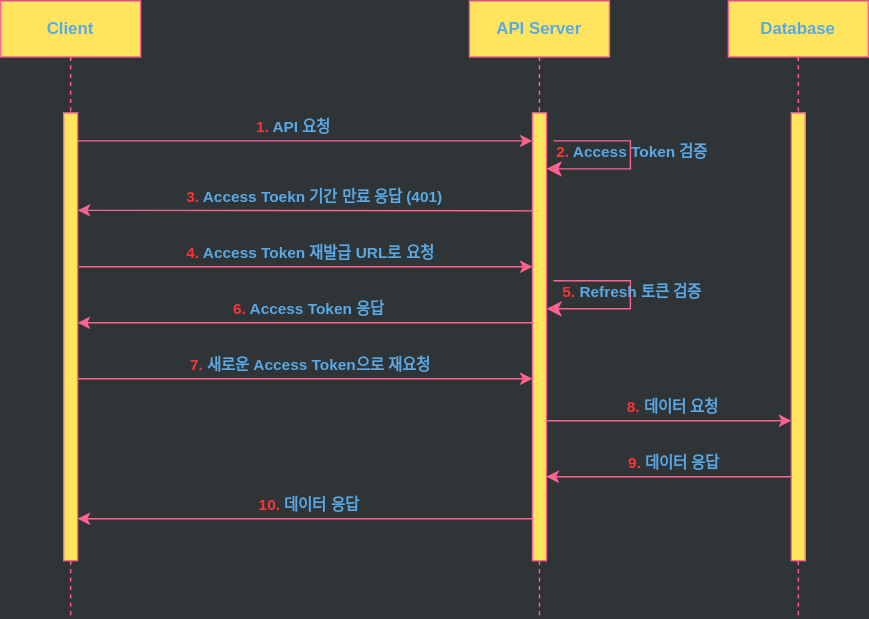
Before: public/images/01.06/FlowChart.svg, a diagram exported from draw.io (Jeong-Je/my-dev-blog). Source tidied: cells renumbered, new cells last; positions are measured from the earlier drawing's top-left corner, leaving out a move shared by most shapes.
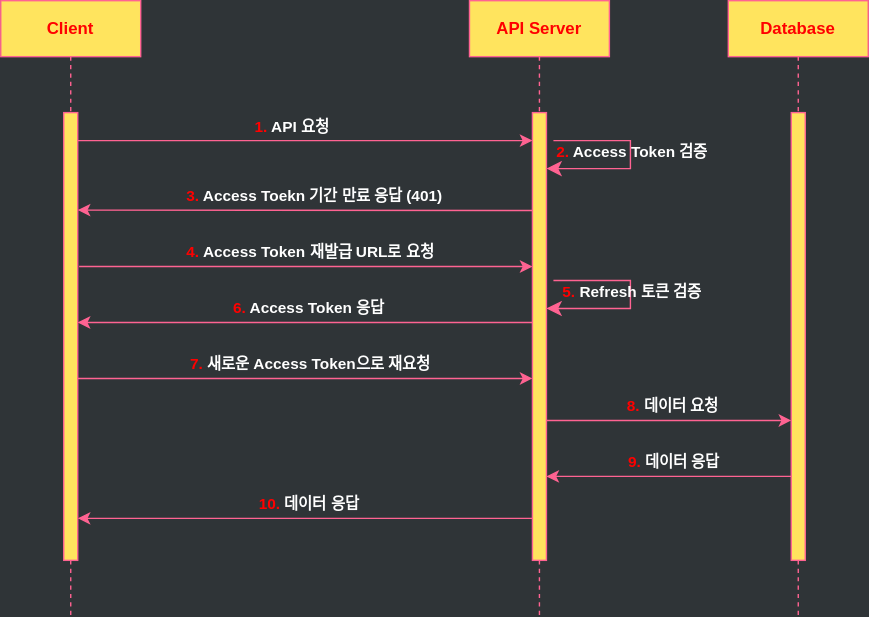
After the change.

Commit message:
FlowChart 이미지 색 조정

Diff of the diagram source:
```diff
@@ -2,13 +2,13 @@
   <root>
     <mxCell id="0" />
     <mxCell id="1" parent="0" />
-    <mxCell id="2" value="&lt;b&gt;API Server&lt;/b&gt;" style="shape=umlLifeline;perimeter=lifelinePerimeter;whiteSpace=wrap;html=1;newEdgeStyle={&quot;edgeStyle&quot;:&quot;elbowEdgeStyle&quot;,&quot;elbow&quot;:&quot;vertical&quot;,&quot;curved&quot;:0,&quot;rounded&quot;:0};labelBackgroundColor=none;rounded=0;fillColor=#FFE45E;fontColor=#5AA9E6;strokeColor=#FF6392;" parent="1" vertex="1">
+    <mxCell id="2" value="&lt;b&gt;&lt;font color=&quot;#ff0000&quot;&gt;API Server&lt;/font&gt;&lt;/b&gt;" style="shape=umlLifeline;perimeter=lifelinePerimeter;whiteSpace=wrap;html=1;newEdgeStyle={&quot;edgeStyle&quot;:&quot;elbowEdgeStyle&quot;,&quot;elbow&quot;:&quot;vertical&quot;,&quot;curved&quot;:0,&quot;rounded&quot;:0};labelBackgroundColor=none;rounded=0;fillColor=#FFE45E;fontColor=#FFFFFF;strokeColor=#FF6392;" parent="1" vertex="1">
       <mxGeometry x="335" width="100" height="440" as="geometry" />
     </mxCell>
-    <mxCell id="3" style="html=1;points=[];perimeter=orthogonalPerimeter;outlineConnect=0;targetShapes=umlLifeline;portConstraint=eastwest;newEdgeStyle={&quot;edgeStyle&quot;:&quot;elbowEdgeStyle&quot;,&quot;elbow&quot;:&quot;vertical&quot;,&quot;curved&quot;:0,&quot;rounded&quot;:0};labelBackgroundColor=none;rounded=0;fillColor=#FFE45E;strokeColor=#FF6392;fontColor=#5AA9E6;" parent="2" vertex="1">
+    <mxCell id="3" style="html=1;points=[];perimeter=orthogonalPerimeter;outlineConnect=0;targetShapes=umlLifeline;portConstraint=eastwest;newEdgeStyle={&quot;edgeStyle&quot;:&quot;elbowEdgeStyle&quot;,&quot;elbow&quot;:&quot;vertical&quot;,&quot;curved&quot;:0,&quot;rounded&quot;:0};labelBackgroundColor=none;rounded=0;fillColor=#FFE45E;strokeColor=#FF6392;fontColor=#FFFFFF;" parent="2" vertex="1">
       <mxGeometry x="45" y="80" width="10" height="320" as="geometry" />
     </mxCell>
-    <mxCell id="4" style="edgeStyle=segmentEdgeStyle;endArrow=classic;html=1;curved=0;rounded=0;endSize=8;startSize=8;sourcePerimeterSpacing=0;targetPerimeterSpacing=0;labelBackgroundColor=none;fontColor=default;strokeColor=#FF6392;" parent="2" edge="1">
+    <mxCell id="4" style="edgeStyle=segmentEdgeStyle;endArrow=classic;html=1;curved=0;rounded=0;endSize=8;startSize=8;sourcePerimeterSpacing=0;targetPerimeterSpacing=0;labelBackgroundColor=none;fontColor=#FFFFFF;strokeColor=#FF6392;" parent="2" edge="1">
       <mxGeometry relative="1" as="geometry">
         <mxPoint x="60" y="100" as="sourcePoint" />
         <mxPoint x="55" y="120" as="targetPoint" />
@@ -18,55 +18,55 @@
         </Array>
       </mxGeometry>
     </mxCell>
-    <mxCell id="5" value="&lt;b&gt;&lt;font color=&quot;#ff3333&quot;&gt;&lt;font&gt;2.&lt;/font&gt; &lt;/font&gt;Access Token 검증&lt;/b&gt;" style="edgeLabel;html=1;align=center;verticalAlign=middle;labelBackgroundColor=none;rounded=0;fontColor=#5AA9E6;" parent="4" vertex="1">
+    <mxCell id="5" value="&lt;b&gt;&lt;font color=&quot;#ff0000&quot;&gt;&lt;font&gt;2.&lt;/font&gt; &lt;/font&gt;Access Token 검증&lt;/b&gt;" style="edgeLabel;html=1;align=center;verticalAlign=middle;labelBackgroundColor=none;rounded=0;fontColor=#FFFFFF;" parent="4" vertex="1">
       <mxGeometry x="-0.07" y="1" relative="1" as="geometry" />
     </mxCell>
-    <mxCell id="6" value="&lt;b&gt;Database&lt;/b&gt;" style="shape=umlLifeline;perimeter=lifelinePerimeter;whiteSpace=wrap;html=1;newEdgeStyle={&quot;edgeStyle&quot;:&quot;elbowEdgeStyle&quot;,&quot;elbow&quot;:&quot;vertical&quot;,&quot;curved&quot;:0,&quot;rounded&quot;:0};labelBackgroundColor=none;rounded=0;fillColor=#FFE45E;fontColor=#5AA9E6;strokeColor=#FF6392;" parent="1" vertex="1">
+    <mxCell id="6" value="&lt;b&gt;&lt;font color=&quot;#ff0000&quot;&gt;Database&lt;/font&gt;&lt;/b&gt;" style="shape=umlLifeline;perimeter=lifelinePerimeter;whiteSpace=wrap;html=1;newEdgeStyle={&quot;edgeStyle&quot;:&quot;elbowEdgeStyle&quot;,&quot;elbow&quot;:&quot;vertical&quot;,&quot;curved&quot;:0,&quot;rounded&quot;:0};labelBackgroundColor=none;rounded=0;fillColor=#FFE45E;fontColor=#FFFFFF;strokeColor=#FF6392;" parent="1" vertex="1">
       <mxGeometry x="520" width="100" height="440" as="geometry" />
     </mxCell>
-    <mxCell id="7" style="html=1;points=[];perimeter=orthogonalPerimeter;outlineConnect=0;targetShapes=umlLifeline;portConstraint=eastwest;newEdgeStyle={&quot;edgeStyle&quot;:&quot;elbowEdgeStyle&quot;,&quot;elbow&quot;:&quot;vertical&quot;,&quot;curved&quot;:0,&quot;rounded&quot;:0};labelBackgroundColor=none;rounded=0;fillColor=#FFE45E;strokeColor=#FF6392;fontColor=#5AA9E6;" parent="6" vertex="1">
+    <mxCell id="7" style="html=1;points=[];perimeter=orthogonalPerimeter;outlineConnect=0;targetShapes=umlLifeline;portConstraint=eastwest;newEdgeStyle={&quot;edgeStyle&quot;:&quot;elbowEdgeStyle&quot;,&quot;elbow&quot;:&quot;vertical&quot;,&quot;curved&quot;:0,&quot;rounded&quot;:0};labelBackgroundColor=none;rounded=0;fillColor=#FFE45E;strokeColor=#FF6392;fontColor=#FFFFFF;" parent="6" vertex="1">
       <mxGeometry x="45" y="80" width="10" height="320" as="geometry" />
     </mxCell>
-    <mxCell id="8" value="&lt;b&gt;Client&lt;/b&gt;" style="shape=umlLifeline;perimeter=lifelinePerimeter;whiteSpace=wrap;html=1;newEdgeStyle={&quot;edgeStyle&quot;:&quot;elbowEdgeStyle&quot;,&quot;elbow&quot;:&quot;vertical&quot;,&quot;curved&quot;:0,&quot;rounded&quot;:0};labelBackgroundColor=none;rounded=0;fillColor=#FFE45E;fontColor=#5AA9E6;strokeColor=#FF6392;" parent="1" vertex="1">
+    <mxCell id="8" value="&lt;b&gt;&lt;font color=&quot;#ff0000&quot;&gt;Client&lt;/font&gt;&lt;/b&gt;" style="shape=umlLifeline;perimeter=lifelinePerimeter;whiteSpace=wrap;html=1;newEdgeStyle={&quot;edgeStyle&quot;:&quot;elbowEdgeStyle&quot;,&quot;elbow&quot;:&quot;vertical&quot;,&quot;curved&quot;:0,&quot;rounded&quot;:0};labelBackgroundColor=none;rounded=0;fillColor=#FFE45E;fontColor=#5AA9E6;strokeColor=#FF6392;" parent="1" vertex="1">
       <mxGeometry width="100" height="440" as="geometry" />
     </mxCell>
-    <mxCell id="9" style="html=1;points=[];perimeter=orthogonalPerimeter;outlineConnect=0;targetShapes=umlLifeline;portConstraint=eastwest;newEdgeStyle={&quot;edgeStyle&quot;:&quot;elbowEdgeStyle&quot;,&quot;elbow&quot;:&quot;vertical&quot;,&quot;curved&quot;:0,&quot;rounded&quot;:0};labelBackgroundColor=none;rounded=0;fillColor=#FFE45E;strokeColor=#FF6392;fontColor=#5AA9E6;" parent="8" vertex="1">
+    <mxCell id="9" style="html=1;points=[];perimeter=orthogonalPerimeter;outlineConnect=0;targetShapes=umlLifeline;portConstraint=eastwest;newEdgeStyle={&quot;edgeStyle&quot;:&quot;elbowEdgeStyle&quot;,&quot;elbow&quot;:&quot;vertical&quot;,&quot;curved&quot;:0,&quot;rounded&quot;:0};labelBackgroundColor=none;rounded=0;fillColor=#FFE45E;strokeColor=#FF6392;fontColor=#FFFFFF;" parent="8" vertex="1">
       <mxGeometry x="45" y="80" width="10" height="320" as="geometry" />
     </mxCell>
-    <mxCell id="10" style="endArrow=classic;html=1;rounded=0;labelBackgroundColor=none;fontColor=default;strokeColor=#FF6392;" parent="1" edge="1" source="9" target="3">
+    <mxCell id="10" style="endArrow=classic;html=1;rounded=0;labelBackgroundColor=none;fontColor=#FFFFFF;strokeColor=#FF6392;" parent="1" edge="1" source="9" target="3">
       <mxGeometry relative="1" as="geometry">
         <Array as="points">
           <mxPoint x="150" y="100" />
         </Array>
       </mxGeometry>
     </mxCell>
-    <mxCell id="11" value="&lt;b&gt;&lt;font color=&quot;#ff3333&quot;&gt;1.&lt;/font&gt; API 요청&lt;/b&gt;" style="edgeLabel;html=1;align=center;verticalAlign=middle;labelBackgroundColor=none;rounded=0;fontColor=#5AA9E6;" parent="10" vertex="1">
+    <mxCell id="11" value="&lt;b&gt;&lt;font color=&quot;#ff0000&quot;&gt;1.&lt;/font&gt; API 요청&lt;/b&gt;" style="edgeLabel;html=1;align=center;verticalAlign=middle;labelBackgroundColor=none;rounded=0;fontColor=#FFFFFF;" parent="10" vertex="1">
       <mxGeometry x="-0.27" y="1" relative="1" as="geometry">
         <mxPoint x="34" y="-9" as="offset" />
       </mxGeometry>
     </mxCell>
-    <mxCell id="12" style="endArrow=classic;html=1;rounded=0;labelBackgroundColor=none;fontColor=default;strokeColor=#FF6392;" parent="1" edge="1">
+    <mxCell id="12" style="endArrow=classic;html=1;rounded=0;labelBackgroundColor=none;fontColor=#FFFFFF;strokeColor=#FF6392;" parent="1" edge="1">
       <mxGeometry relative="1" as="geometry">
         <mxPoint x="380" y="150" as="sourcePoint" />
         <mxPoint x="55" y="149.7" as="targetPoint" />
       </mxGeometry>
     </mxCell>
-    <mxCell id="13" value="&lt;b&gt;&lt;font color=&quot;#ff3333&quot;&gt;3.&lt;/font&gt; Access Toekn 기간 만료 응답 (401)&lt;/b&gt;" style="edgeLabel;html=1;align=center;verticalAlign=middle;labelBackgroundColor=none;rounded=0;fontColor=#5AA9E6;" parent="12" vertex="1">
+    <mxCell id="13" value="&lt;b&gt;&lt;font color=&quot;#ff0000&quot;&gt;3.&lt;/font&gt; Access Toekn 기간 만료 응답 (401)&lt;/b&gt;" style="edgeLabel;html=1;align=center;verticalAlign=middle;labelBackgroundColor=none;rounded=0;fontColor=#FFFFFF;" parent="12" vertex="1">
       <mxGeometry x="0.31" y="-2" relative="1" as="geometry">
         <mxPoint x="56" y="-8" as="offset" />
       </mxGeometry>
     </mxCell>
-    <mxCell id="14" style="endArrow=classic;html=1;rounded=0;labelBackgroundColor=none;fontColor=default;strokeColor=#FF6392;" parent="1" edge="1" target="3">
+    <mxCell id="14" style="endArrow=classic;html=1;rounded=0;labelBackgroundColor=none;fontColor=#FFFFFF;strokeColor=#FF6392;" parent="1" edge="1" target="3">
       <mxGeometry relative="1" as="geometry">
         <mxPoint x="56" y="190" as="sourcePoint" />
       </mxGeometry>
     </mxCell>
-    <mxCell id="15" value="&lt;b&gt;&lt;font color=&quot;#ff3333&quot;&gt;4.&lt;/font&gt; Access Token 재발급 URL로 요청&lt;/b&gt;" style="edgeLabel;html=1;align=center;verticalAlign=middle;labelBackgroundColor=none;rounded=0;fontColor=#5AA9E6;" parent="14" vertex="1">
+    <mxCell id="15" value="&lt;b&gt;&lt;font color=&quot;#ff0000&quot;&gt;&lt;font&gt;4.&lt;/font&gt; &lt;/font&gt;Access Token 재발급 URL로 요청&lt;/b&gt;" style="edgeLabel;html=1;align=center;verticalAlign=middle;labelBackgroundColor=none;rounded=0;fontColor=#FFFFFF;" parent="14" vertex="1">
       <mxGeometry x="-0.36" y="3" relative="1" as="geometry">
         <mxPoint x="61" y="-7" as="offset" />
       </mxGeometry>
     </mxCell>
-    <mxCell id="16" style="edgeStyle=segmentEdgeStyle;endArrow=classic;html=1;curved=0;rounded=0;endSize=8;startSize=8;sourcePerimeterSpacing=0;targetPerimeterSpacing=0;labelBackgroundColor=none;fontColor=default;strokeColor=#FF6392;" parent="1" edge="1">
+    <mxCell id="16" style="edgeStyle=segmentEdgeStyle;endArrow=classic;html=1;curved=0;rounded=0;endSize=8;startSize=8;sourcePerimeterSpacing=0;targetPerimeterSpacing=0;labelBackgroundColor=none;fontColor=#FFFFFF;strokeColor=#FF6392;" parent="1" edge="1">
       <mxGeometry relative="1" as="geometry">
         <mxPoint x="395" y="200" as="sourcePoint" />
         <mxPoint x="390" y="220" as="targetPoint" />
@@ -76,41 +76,41 @@
         </Array>
       </mxGeometry>
     </mxCell>
-    <mxCell id="17" value="&lt;b&gt;&lt;font color=&quot;#ff3333&quot;&gt;5. &lt;/font&gt;&lt;font&gt;Refresh 토큰 검증&lt;/font&gt;&lt;/b&gt;" style="edgeLabel;html=1;align=center;verticalAlign=middle;labelBackgroundColor=none;rounded=0;fontColor=#5AA9E6;" parent="16" vertex="1">
+    <mxCell id="17" value="&lt;b&gt;&lt;font&gt;&lt;font color=&quot;#ff0000&quot;&gt;5.&lt;/font&gt; &lt;/font&gt;&lt;font&gt;Refresh 토큰 검증&lt;/font&gt;&lt;/b&gt;" style="edgeLabel;html=1;align=center;verticalAlign=middle;labelBackgroundColor=none;rounded=0;fontColor=#FFFFFF;" parent="16" vertex="1">
       <mxGeometry x="-0.07" y="1" relative="1" as="geometry" />
     </mxCell>
-    <mxCell id="18" style="endArrow=classic;html=1;rounded=0;labelBackgroundColor=none;fontColor=default;strokeColor=#FF6392;" parent="1" edge="1" target="9">
+    <mxCell id="18" style="endArrow=classic;html=1;rounded=0;labelBackgroundColor=none;fontColor=#FFFFFF;strokeColor=#FF6392;" parent="1" edge="1" target="9">
       <mxGeometry relative="1" as="geometry">
         <mxPoint x="380" y="230" as="sourcePoint" />
       </mxGeometry>
     </mxCell>
-    <mxCell id="19" value="&lt;b&gt;&lt;font color=&quot;#ff3333&quot;&gt;6.&lt;/font&gt; Access Token 응답&lt;/b&gt;" style="edgeLabel;html=1;align=center;verticalAlign=middle;labelBackgroundColor=none;rounded=0;fontColor=#5AA9E6;" parent="18" vertex="1">
+    <mxCell id="19" value="&lt;b&gt;&lt;font color=&quot;#ff0000&quot;&gt;&lt;font&gt;6.&lt;/font&gt; &lt;/font&gt;Access Token 응답&lt;/b&gt;" style="edgeLabel;html=1;align=center;verticalAlign=middle;labelBackgroundColor=none;rounded=0;fontColor=#FFFFFF;" parent="18" vertex="1">
       <mxGeometry x="0.31" y="-2" relative="1" as="geometry">
         <mxPoint x="52" y="-8" as="offset" />
       </mxGeometry>
     </mxCell>
-    <mxCell id="20" style="endArrow=classic;html=1;rounded=0;labelBackgroundColor=none;fontColor=default;strokeColor=#FF6392;" parent="1" edge="1">
+    <mxCell id="20" style="endArrow=classic;html=1;rounded=0;labelBackgroundColor=none;fontColor=#FFFFFF;strokeColor=#FF6392;" parent="1" edge="1">
       <mxGeometry relative="1" as="geometry">
         <mxPoint x="55" y="270" as="sourcePoint" />
         <mxPoint x="380" y="270" as="targetPoint" />
       </mxGeometry>
     </mxCell>
-    <mxCell id="21" value="&lt;b&gt;&lt;font color=&quot;#ff3333&quot;&gt;7.&lt;/font&gt; 새로운 Access Token으로 재요청&lt;/b&gt;" style="edgeLabel;html=1;align=center;verticalAlign=middle;labelBackgroundColor=none;rounded=0;fontColor=#5AA9E6;" parent="20" vertex="1">
+    <mxCell id="21" value="&lt;b&gt;&lt;font color=&quot;#ff0000&quot;&gt;&lt;font&gt;7.&lt;/font&gt; &lt;/font&gt;새로운 Access Token으로 재요청&lt;/b&gt;" style="edgeLabel;html=1;align=center;verticalAlign=middle;labelBackgroundColor=none;rounded=0;fontColor=#FFFFFF;" parent="20" vertex="1">
       <mxGeometry x="-0.36" y="3" relative="1" as="geometry">
         <mxPoint x="62" y="-7" as="offset" />
       </mxGeometry>
     </mxCell>
-    <mxCell id="22" style="endArrow=classic;html=1;rounded=0;labelBackgroundColor=none;fontColor=default;strokeColor=#FF6392;" parent="1" edge="1" target="7">
+    <mxCell id="22" style="endArrow=classic;html=1;rounded=0;labelBackgroundColor=none;fontColor=#FFFFFF;strokeColor=#FF6392;" parent="1" edge="1" target="7">
       <mxGeometry relative="1" as="geometry">
         <mxPoint x="390" y="300" as="sourcePoint" />
       </mxGeometry>
     </mxCell>
-    <mxCell id="23" value="&lt;b&gt;&lt;font color=&quot;#ff3333&quot;&gt;8. &lt;/font&gt;데이터 요청&lt;/b&gt;" style="edgeLabel;html=1;align=center;verticalAlign=middle;labelBackgroundColor=none;rounded=0;fontColor=#5AA9E6;" parent="22" vertex="1">
+    <mxCell id="23" value="&lt;b&gt;&lt;font color=&quot;#ff0000&quot;&gt;8. &lt;/font&gt;데이터 요청&lt;/b&gt;" style="edgeLabel;html=1;align=center;verticalAlign=middle;labelBackgroundColor=none;rounded=0;fontColor=#FFFFFF;" parent="22" vertex="1">
       <mxGeometry x="-0.39" y="1" relative="1" as="geometry">
         <mxPoint x="36" y="-9" as="offset" />
       </mxGeometry>
     </mxCell>
-    <mxCell id="24" style="endArrow=classic;html=1;rounded=0;labelBackgroundColor=none;fontColor=default;strokeColor=#FF6392;" parent="1" edge="1">
+    <mxCell id="24" style="endArrow=classic;html=1;rounded=0;labelBackgroundColor=none;fontColor=#FFFFFF;strokeColor=#FF6392;" parent="1" edge="1">
       <mxGeometry relative="1" as="geometry">
         <mxPoint x="565" y="340" as="sourcePoint" />
         <mxPoint x="390" y="340" as="targetPoint" />
@@ -121,18 +121,18 @@
         </Array>
       </mxGeometry>
     </mxCell>
-    <mxCell id="25" value="&lt;b&gt;&lt;font&gt;&lt;font color=&quot;#ff3333&quot;&gt;9.&lt;/font&gt; &lt;/font&gt;데이터 응답&lt;/b&gt;" style="edgeLabel;html=1;align=center;verticalAlign=middle;labelBackgroundColor=none;rounded=0;fontColor=#5AA9E6;" parent="24" vertex="1">
+    <mxCell id="25" value="&lt;b&gt;&lt;font&gt;&lt;font color=&quot;#ff0000&quot;&gt;9.&lt;/font&gt; &lt;/font&gt;데이터 응답&lt;/b&gt;" style="edgeLabel;html=1;align=center;verticalAlign=middle;labelBackgroundColor=none;rounded=0;fontColor=#FFFFFF;" parent="24" vertex="1">
       <mxGeometry x="0.28" y="-1" relative="1" as="geometry">
         <mxPoint x="27" y="-9" as="offset" />
       </mxGeometry>
     </mxCell>
-    <mxCell id="26" style="endArrow=classic;html=1;rounded=0;labelBackgroundColor=none;fontColor=default;strokeColor=#FF6392;" parent="1" edge="1">
+    <mxCell id="26" style="endArrow=classic;html=1;rounded=0;labelBackgroundColor=none;fontColor=#FFFFFF;strokeColor=#FF6392;" parent="1" edge="1">
       <mxGeometry relative="1" as="geometry">
         <mxPoint x="380" y="370" as="sourcePoint" />
         <mxPoint x="55" y="370" as="targetPoint" />
       </mxGeometry>
     </mxCell>
-    <mxCell id="27" value="&lt;b&gt;&lt;font color=&quot;#ff3333&quot;&gt;10.&lt;/font&gt; 데이터 응답&lt;/b&gt;" style="edgeLabel;html=1;align=center;verticalAlign=middle;labelBackgroundColor=none;rounded=0;fontColor=#5AA9E6;" parent="26" vertex="1">
+    <mxCell id="27" value="&lt;b&gt;&lt;font color=&quot;#ff0000&quot;&gt;10.&lt;/font&gt; 데이터 응답&lt;/b&gt;" style="edgeLabel;html=1;align=center;verticalAlign=middle;labelBackgroundColor=none;rounded=0;fontColor=#FFFFFF;" parent="26" vertex="1">
       <mxGeometry x="0.31" y="-2" relative="1" as="geometry">
         <mxPoint x="52" y="-8" as="offset" />
       </mxGeometry>
```
